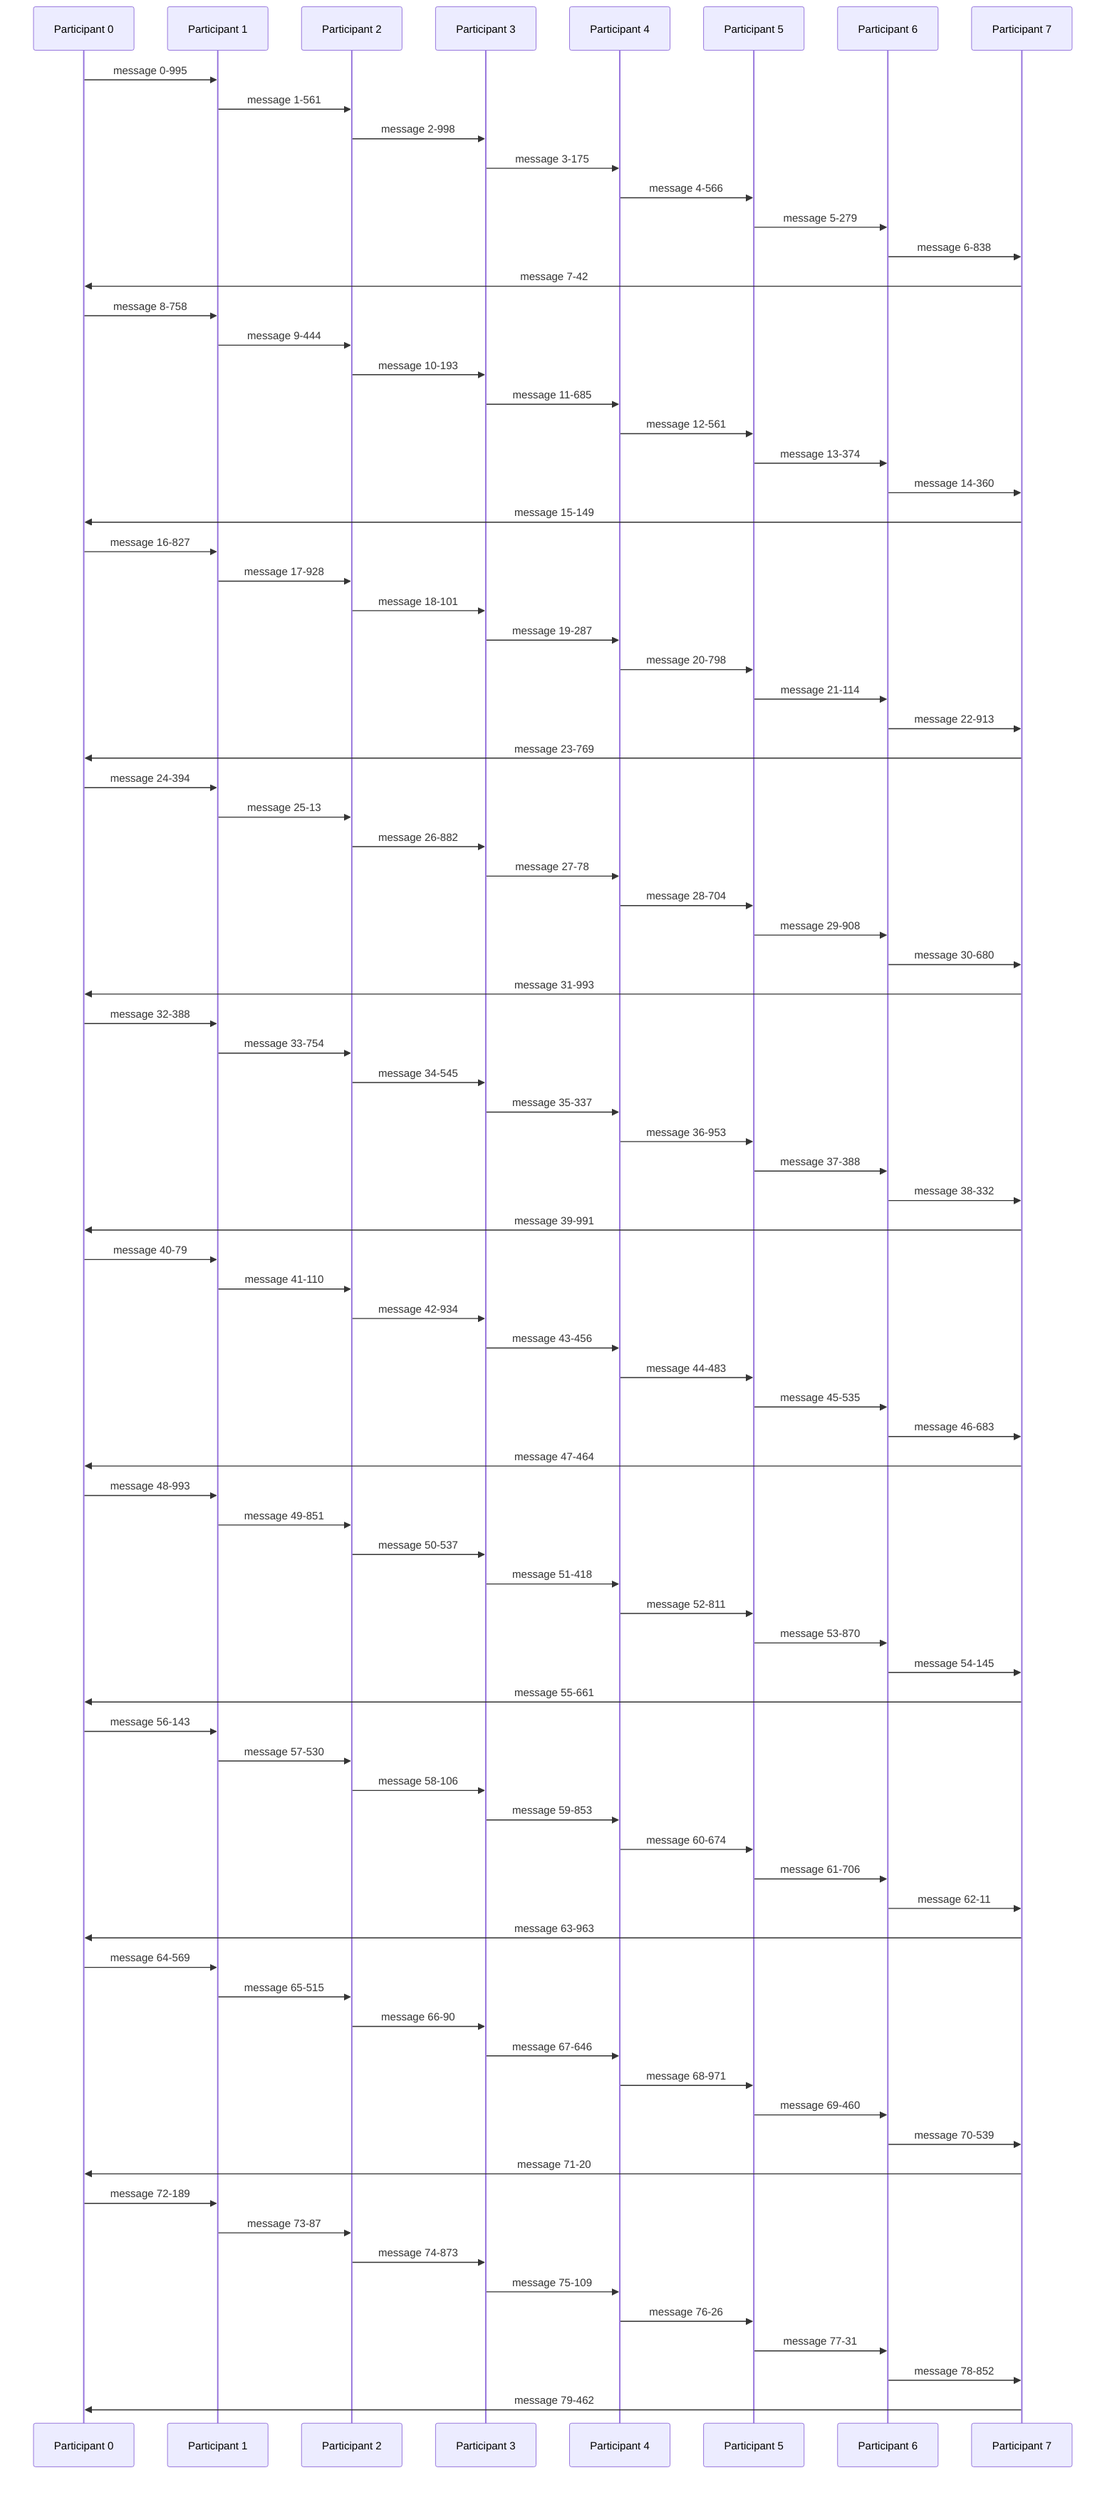
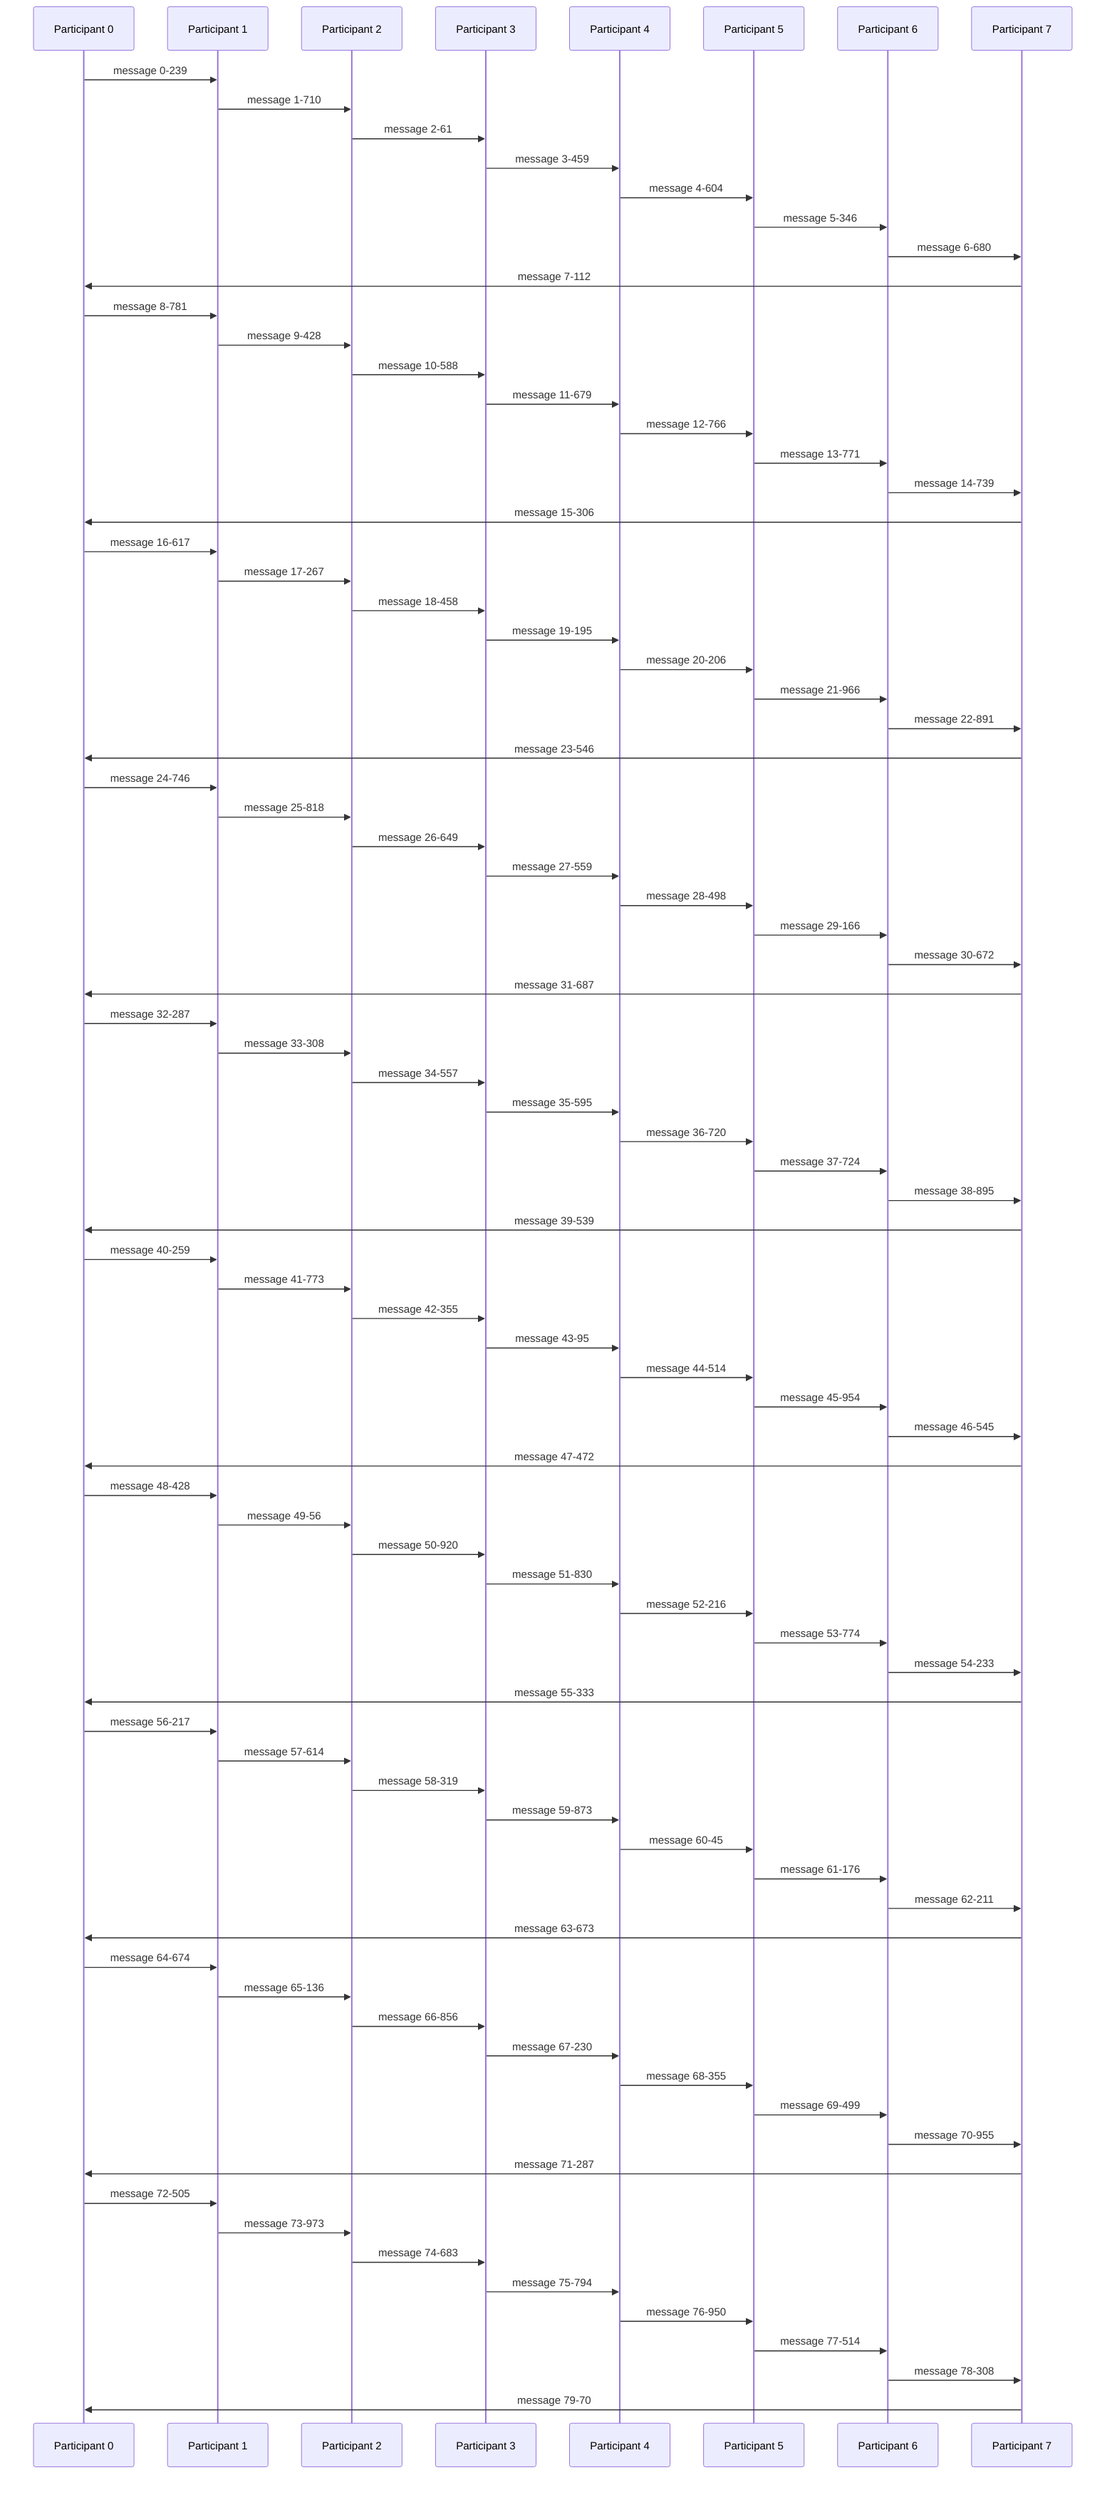
sequenceDiagram
  participant P0 as Participant 0
  participant P1 as Participant 1
  participant P2 as Participant 2
  participant P3 as Participant 3
  participant P4 as Participant 4
  participant P5 as Participant 5
  participant P6 as Participant 6
  participant P7 as Participant 7
-   P0->>P1: message 0-995
-   P1->>P2: message 1-561
-   P2->>P3: message 2-998
-   P3->>P4: message 3-175
-   P4->>P5: message 4-566
-   P5->>P6: message 5-279
-   P6->>P7: message 6-838
-   P7->>P0: message 7-42
-   P0->>P1: message 8-758
-   P1->>P2: message 9-444
-   P2->>P3: message 10-193
-   P3->>P4: message 11-685
-   P4->>P5: message 12-561
-   P5->>P6: message 13-374
-   P6->>P7: message 14-360
-   P7->>P0: message 15-149
-   P0->>P1: message 16-827
-   P1->>P2: message 17-928
-   P2->>P3: message 18-101
-   P3->>P4: message 19-287
-   P4->>P5: message 20-798
-   P5->>P6: message 21-114
-   P6->>P7: message 22-913
-   P7->>P0: message 23-769
-   P0->>P1: message 24-394
-   P1->>P2: message 25-13
-   P2->>P3: message 26-882
-   P3->>P4: message 27-78
-   P4->>P5: message 28-704
-   P5->>P6: message 29-908
-   P6->>P7: message 30-680
-   P7->>P0: message 31-993
-   P0->>P1: message 32-388
-   P1->>P2: message 33-754
-   P2->>P3: message 34-545
-   P3->>P4: message 35-337
-   P4->>P5: message 36-953
-   P5->>P6: message 37-388
-   P6->>P7: message 38-332
-   P7->>P0: message 39-991
-   P0->>P1: message 40-79
-   P1->>P2: message 41-110
-   P2->>P3: message 42-934
-   P3->>P4: message 43-456
-   P4->>P5: message 44-483
-   P5->>P6: message 45-535
-   P6->>P7: message 46-683
-   P7->>P0: message 47-464
-   P0->>P1: message 48-993
-   P1->>P2: message 49-851
-   P2->>P3: message 50-537
-   P3->>P4: message 51-418
-   P4->>P5: message 52-811
-   P5->>P6: message 53-870
-   P6->>P7: message 54-145
-   P7->>P0: message 55-661
-   P0->>P1: message 56-143
-   P1->>P2: message 57-530
-   P2->>P3: message 58-106
-   P3->>P4: message 59-853
-   P4->>P5: message 60-674
-   P5->>P6: message 61-706
-   P6->>P7: message 62-11
-   P7->>P0: message 63-963
-   P0->>P1: message 64-569
-   P1->>P2: message 65-515
-   P2->>P3: message 66-90
-   P3->>P4: message 67-646
-   P4->>P5: message 68-971
-   P5->>P6: message 69-460
-   P6->>P7: message 70-539
-   P7->>P0: message 71-20
-   P0->>P1: message 72-189
-   P1->>P2: message 73-87
-   P2->>P3: message 74-873
-   P3->>P4: message 75-109
-   P4->>P5: message 76-26
-   P5->>P6: message 77-31
-   P6->>P7: message 78-852
-   P7->>P0: message 79-462
+   P0->>P1: message 0-239
+   P1->>P2: message 1-710
+   P2->>P3: message 2-61
+   P3->>P4: message 3-459
+   P4->>P5: message 4-604
+   P5->>P6: message 5-346
+   P6->>P7: message 6-680
+   P7->>P0: message 7-112
+   P0->>P1: message 8-781
+   P1->>P2: message 9-428
+   P2->>P3: message 10-588
+   P3->>P4: message 11-679
+   P4->>P5: message 12-766
+   P5->>P6: message 13-771
+   P6->>P7: message 14-739
+   P7->>P0: message 15-306
+   P0->>P1: message 16-617
+   P1->>P2: message 17-267
+   P2->>P3: message 18-458
+   P3->>P4: message 19-195
+   P4->>P5: message 20-206
+   P5->>P6: message 21-966
+   P6->>P7: message 22-891
+   P7->>P0: message 23-546
+   P0->>P1: message 24-746
+   P1->>P2: message 25-818
+   P2->>P3: message 26-649
+   P3->>P4: message 27-559
+   P4->>P5: message 28-498
+   P5->>P6: message 29-166
+   P6->>P7: message 30-672
+   P7->>P0: message 31-687
+   P0->>P1: message 32-287
+   P1->>P2: message 33-308
+   P2->>P3: message 34-557
+   P3->>P4: message 35-595
+   P4->>P5: message 36-720
+   P5->>P6: message 37-724
+   P6->>P7: message 38-895
+   P7->>P0: message 39-539
+   P0->>P1: message 40-259
+   P1->>P2: message 41-773
+   P2->>P3: message 42-355
+   P3->>P4: message 43-95
+   P4->>P5: message 44-514
+   P5->>P6: message 45-954
+   P6->>P7: message 46-545
+   P7->>P0: message 47-472
+   P0->>P1: message 48-428
+   P1->>P2: message 49-56
+   P2->>P3: message 50-920
+   P3->>P4: message 51-830
+   P4->>P5: message 52-216
+   P5->>P6: message 53-774
+   P6->>P7: message 54-233
+   P7->>P0: message 55-333
+   P0->>P1: message 56-217
+   P1->>P2: message 57-614
+   P2->>P3: message 58-319
+   P3->>P4: message 59-873
+   P4->>P5: message 60-45
+   P5->>P6: message 61-176
+   P6->>P7: message 62-211
+   P7->>P0: message 63-673
+   P0->>P1: message 64-674
+   P1->>P2: message 65-136
+   P2->>P3: message 66-856
+   P3->>P4: message 67-230
+   P4->>P5: message 68-355
+   P5->>P6: message 69-499
+   P6->>P7: message 70-955
+   P7->>P0: message 71-287
+   P0->>P1: message 72-505
+   P1->>P2: message 73-973
+   P2->>P3: message 74-683
+   P3->>P4: message 75-794
+   P4->>P5: message 76-950
+   P5->>P6: message 77-514
+   P6->>P7: message 78-308
+   P7->>P0: message 79-70
